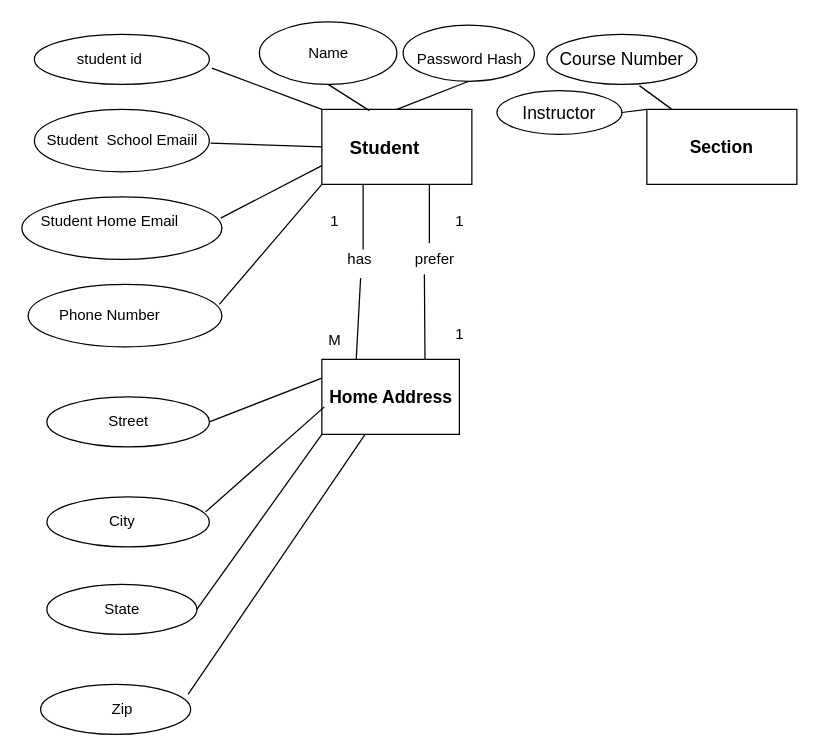
Earlier version of the draw.io diagram Course Project 1.drawio (invegat/COP5725). Source tidied: cells renumbered, new cells numbered last; positions are measured from the earlier drawing's top-left corner, leaving out a move shared by most shapes. Both pictures are drawn from the tidied source at 125%, with x=0, y=0 at pixel (21, 21).
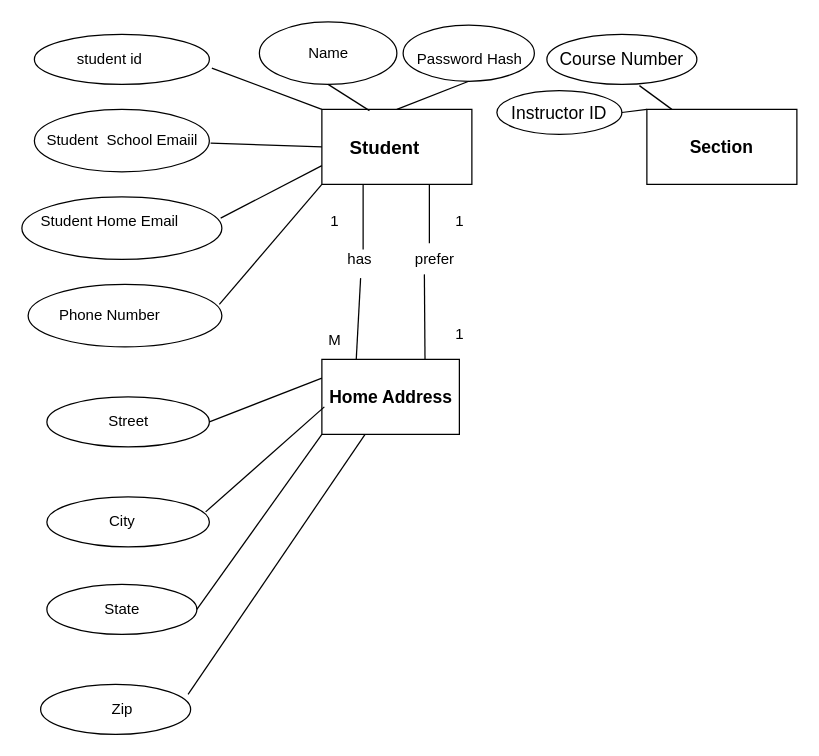
Above is the later version.

Diff of the diagram source:
```diff
@@
-    <mxCell id="49" value="Instructor" style="ellipse;whiteSpace=wrap;html=1;fontSize=14;" parent="1" vertex="1">
+    <mxCell id="49" value="Instructor ID" style="ellipse;whiteSpace=wrap;html=1;fontSize=14;" parent="1" vertex="1">
       <mxGeometry x="380" y="55" width="100" height="35" as="geometry" />
     </mxCell>
```
